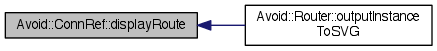
mjwybrow/adaptagrams keeps this Graphviz diagram as documentation/classAvoid_1_1ConnRef_ab7462cd69bd1d2c4dd318119558b4a94_icgraph.png. Above is the earlier version. Its source is kept beside it as documentation/classAvoid_1_1ConnRef_ab7462cd69bd1d2c4dd318119558b4a94_icgraph.dot.
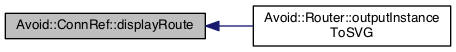
After the commit.

Diff of the diagram source:
```diff
@@ -3,7 +3,7 @@
   edge [fontname="Helvetica",fontsize="10",labelfontname="Helvetica",labelfontsize="10"];
   node [fontname="Helvetica",fontsize="10",shape=record];
   rankdir="LR";
-  Node1 [label="Avoid::ConnRef::displayRoute",height=0.2,width=0.4,color="black", fillcolor="grey75", style="filled" fontcolor="black"];
+  Node1 [label="Avoid::ConnRef::displayRoute",height=0.2,width=0.4,color="black", fillcolor="grey75", style="filled", fontcolor="black"];
   Node1 -> Node2 [dir="back",color="midnightblue",fontsize="10",style="solid",fontname="Helvetica"];
   Node2 [label="Avoid::Router::outputInstance\lToSVG",height=0.2,width=0.4,color="black", fillcolor="white", style="filled",URL="$classAvoid_1_1Router.html#a458aae2d6447e0958e4916a8c29bbb47",tooltip="Generates an SVG file containing debug output and code that can be used to regenerate the instance..."];
 }
```
